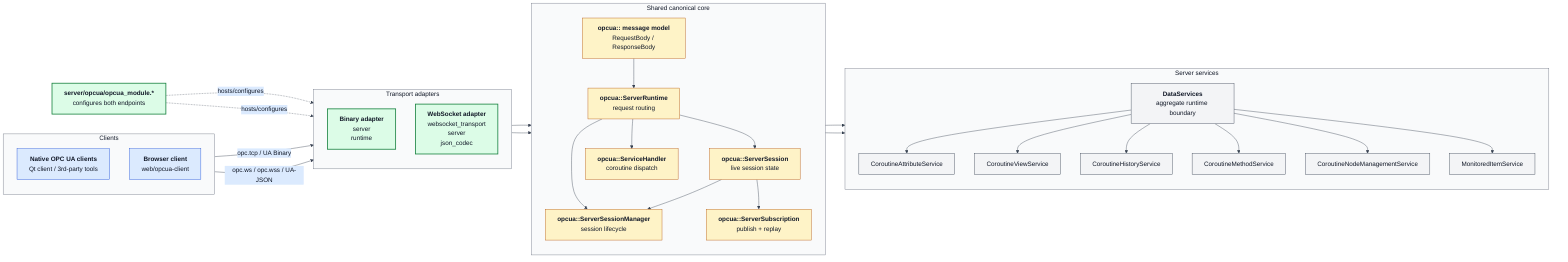
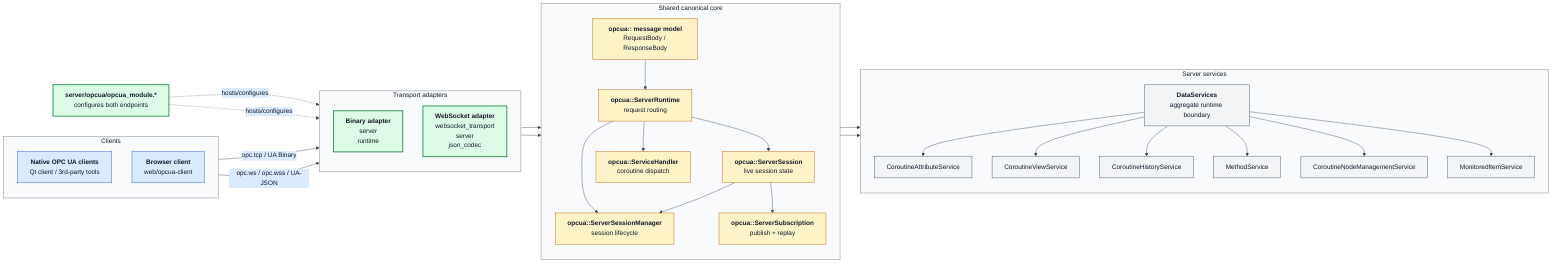
%%{init: {
  'theme': 'base',
  'themeVariables': {
    'background': '#ffffff',
    'primaryColor': '#f3f4f6',
    'primaryBorderColor': '#374151',
    'primaryTextColor': '#111827',
    'secondaryColor': '#dbeafe',
    'secondaryBorderColor': '#1d4ed8',
    'secondaryTextColor': '#111827',
    'tertiaryColor': '#dcfce7',
    'tertiaryBorderColor': '#15803d',
    'tertiaryTextColor': '#111827',
    'lineColor': '#374151',
    'defaultLinkColor': '#374151',
    'clusterBkg': '#f9fafb',
    'clusterBorder': '#6b7280',
    'titleColor': '#111827'
  },
  'flowchart': {'htmlLabels': true}
}}%%
flowchart LR
    subgraph Clients["Clients"]
        direction TB
        NATIVE["<b>Native OPC UA clients</b><br/>Qt client / 3rd-party tools"]
        BROWSER["<b>Browser client</b><br/>web/opcua-client"]
    end

    subgraph Adapters["Transport adapters"]
        direction TB
        BIN["<b>Binary adapter</b><br/>server<br/>runtime"]
        WS["<b>WebSocket adapter</b><br/>websocket_transport<br/>server<br/>json_codec"]
    end

    subgraph Core["Shared canonical core"]
        direction TB
        MSG["<b>opcua:: message model</b><br/>RequestBody / ResponseBody"]
        RT["<b>opcua::ServerRuntime</b><br/>request routing"]
        SMGR["<b>opcua::ServerSessionManager</b><br/>session lifecycle"]
        SESS["<b>opcua::ServerSession</b><br/>live session state"]
        SUB["<b>opcua::ServerSubscription</b><br/>publish + replay"]
        HANDLER["<b>opcua::ServiceHandler</b><br/>coroutine dispatch"]
    end

    subgraph Services["Server services"]
        direction TB
        CTX["<b>DataServices</b><br/>aggregate runtime boundary"]
        ATTR["CoroutineAttributeService"]
        VIEW["CoroutineViewService"]
        HIST["CoroutineHistoryService"]
-         METH["CoroutineMethodService"]
+         METH["MethodService"]
        NODE["CoroutineNodeManagementService"]
        MON["MonitoredItemService"]
    end

    MOD["<b>server/opcua/opcua_module.*</b><br/>configures both endpoints"]

    NATIVE -->|opc.tcp / UA Binary| BIN
    BROWSER -->|opc.ws / opc.wss / UA-JSON| WS

    BIN --> MSG
    WS --> MSG
    MSG --> RT
    RT --> SMGR
    RT --> SESS
    RT --> HANDLER
    SESS --> SUB
    SESS --> SMGR
    HANDLER --> CTX
    SMGR --> CTX
    CTX --> ATTR
    CTX --> VIEW
    CTX --> HIST
    CTX --> METH
    CTX --> NODE
    CTX --> MON

    MOD -.hosts/configures.-> BIN
    MOD -.hosts/configures.-> WS

    classDef clientStyle fill:#dbeafe,stroke:#1d4ed8,color:#111827
    classDef adapterStyle fill:#dcfce7,stroke:#15803d,color:#111827,stroke-width:2px
    classDef coreStyle fill:#fef3c7,stroke:#b45309,color:#111827
    classDef serviceStyle fill:#f3f4f6,stroke:#374151,color:#111827
    class NATIVE,BROWSER clientStyle
    class BIN,WS,MOD adapterStyle
    class MSG,RT,SMGR,SESS,SUB,HANDLER coreStyle
    class CTX,ATTR,VIEW,HIST,METH,NODE,MON serviceStyle
